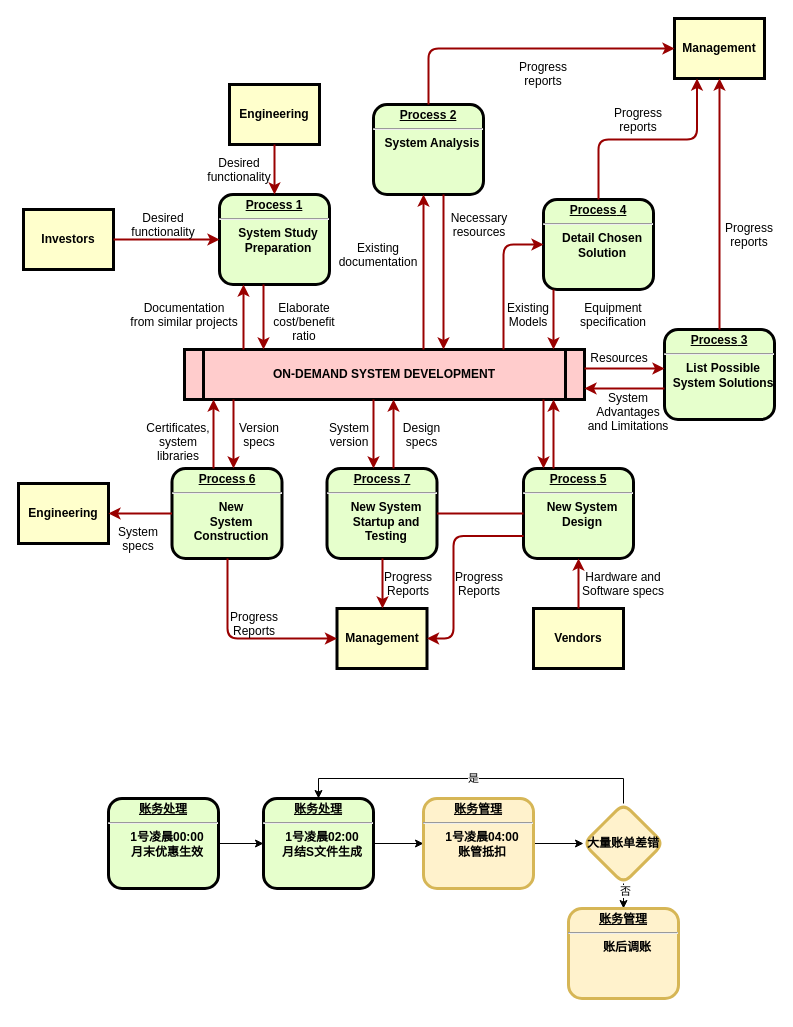
The draw.io diagram 重出账.drawio in 315944211/doc, before the edit. Source tidied: cells renumbered, new cells numbered last; positions are measured from the earlier drawing's top-left corner, leaving out a move shared by most shapes. Both pictures are drawn from the tidied source at 100%, with x=0, y=0 at pixel (18, 18).
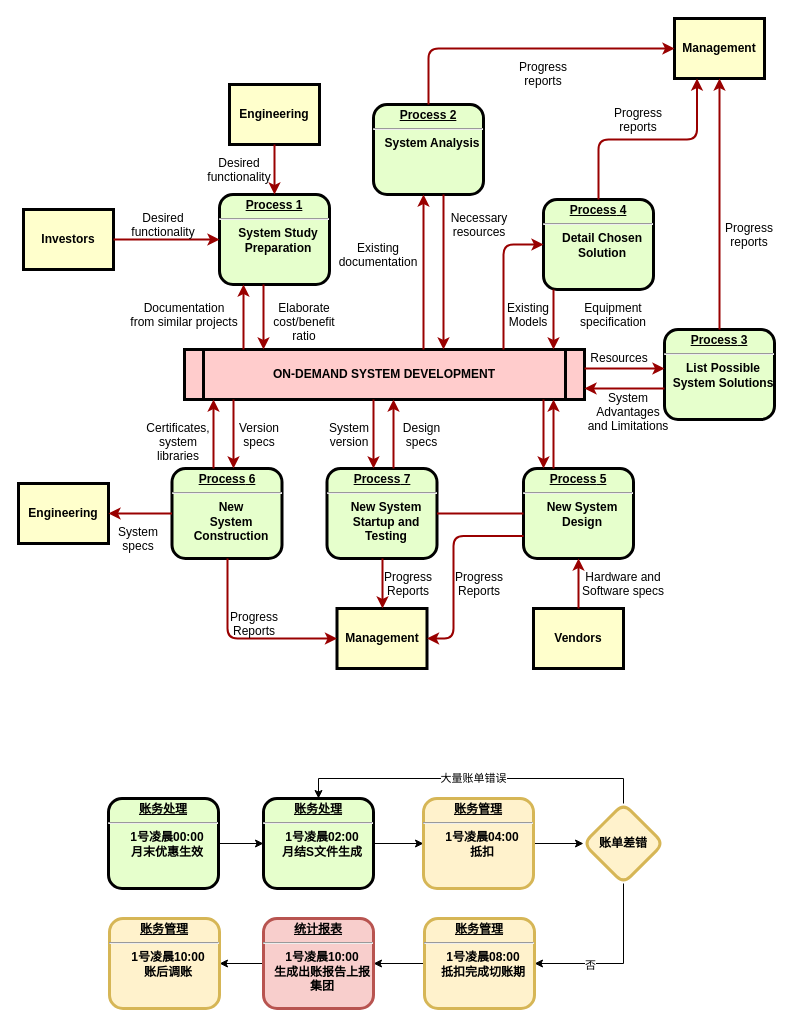
The same diagram, later.

Commit message:
更新重出账.drawio

Unchanged cells that the change refers to:
```xml
<mxCell id="66" value="&lt;p style=&quot;margin: 0px; margin-top: 4px; text-align: center; text-decoration: underline;&quot;&gt;账务处理&lt;/p&gt;&lt;hr&gt;&lt;p style=&quot;margin: 0px; margin-left: 8px;&quot;&gt;1号凌晨02:00&lt;/p&gt;&lt;p style=&quot;margin: 0px; margin-left: 8px;&quot;&gt;月结S文件生成&lt;/p&gt;" style="verticalAlign=middle;align=center;overflow=fill;fontSize=12;fontFamily=Helvetica;html=1;rounded=1;fontStyle=1;strokeWidth=3;fillColor=#E6FFCC;" parent="1" vertex="1">
  <mxGeometry x="245" y="780" width="110" height="90" as="geometry" />
</mxCell>
```

What changed in the source:
```diff
@@
-    <mxCell id="68" value="&lt;p style=&quot;margin: 0px; margin-top: 4px; text-align: center; text-decoration: underline;&quot;&gt;账务管理&lt;/p&gt;&lt;hr&gt;&lt;p style=&quot;margin: 0px; margin-left: 8px;&quot;&gt;1号凌晨04:00&lt;br&gt;账管抵扣&lt;/p&gt;" style="verticalAlign=middle;align=center;overflow=fill;fontSize=12;fontFamily=Helvetica;html=1;rounded=1;fontStyle=1;strokeWidth=3;fillColor=#fff2cc;strokeColor=#d6b656;" parent="1" vertex="1">
+    <mxCell id="68" value="&lt;p style=&quot;margin: 0px; margin-top: 4px; text-align: center; text-decoration: underline;&quot;&gt;账务管理&lt;/p&gt;&lt;hr&gt;&lt;p style=&quot;margin: 0px; margin-left: 8px;&quot;&gt;1号凌晨04:00&lt;br&gt;抵扣&lt;/p&gt;" style="verticalAlign=middle;align=center;overflow=fill;fontSize=12;fontFamily=Helvetica;html=1;rounded=1;fontStyle=1;strokeWidth=3;fillColor=#fff2cc;strokeColor=#d6b656;" parent="1" vertex="1">
       <mxGeometry x="405" y="780" width="110" height="90" as="geometry" />
     </mxCell>
-    <mxCell id="69" value="是" style="edgeStyle=orthogonalEdgeStyle;rounded=0;jettySize=auto;html=1;entryX=0.5;entryY=0;entryDx=0;entryDy=0;" parent="1" edge="1" source="72" target="66">
+    <mxCell id="69" value="大量账单错误" style="edgeStyle=orthogonalEdgeStyle;rounded=0;jettySize=auto;html=1;entryX=0.5;entryY=0;entryDx=0;entryDy=0;" parent="1" edge="1" source="72" target="66">
       <mxGeometry relative="1" as="geometry">
         <Array as="points">
           <mxPoint x="605" y="760" />
           <mxPoint x="300" y="760" />
         </Array>
       </mxGeometry>
     </mxCell>
-    <mxCell id="70" style="edgeStyle=orthogonalEdgeStyle;rounded=0;jettySize=auto;html=1;" parent="1" edge="1" source="72" target="73">
-      <mxGeometry relative="1" as="geometry" />
+    <mxCell id="70" style="edgeStyle=orthogonalEdgeStyle;rounded=0;jettySize=auto;html=1;entryX=1;entryY=0.5;entryDx=0;entryDy=0;" parent="1" edge="1" source="72" target="75">
+      <mxGeometry relative="1" as="geometry">
+        <Array as="points">
+          <mxPoint x="605" y="945" />
+        </Array>
+      </mxGeometry>
     </mxCell>
@@
-    <mxCell id="72" value="大量账单差错" style="rhombus;whiteSpace=wrap;html=1;fillColor=#fff2cc;strokeColor=#d6b656;rounded=1;fontStyle=1;strokeWidth=3;" parent="1" vertex="1">
+    <mxCell id="72" value="账单差错" style="rhombus;whiteSpace=wrap;html=1;fillColor=#fff2cc;strokeColor=#d6b656;rounded=1;fontStyle=1;strokeWidth=3;" parent="1" vertex="1">
       <mxGeometry x="565" y="785" width="80" height="80" as="geometry" />
     </mxCell>
-    <mxCell id="73" value="&lt;p style=&quot;margin: 0px; margin-top: 4px; text-align: center; text-decoration: underline;&quot;&gt;账务管理&lt;/p&gt;&lt;hr&gt;&lt;p style=&quot;margin: 0px; margin-left: 8px;&quot;&gt;账后调账&lt;/p&gt;" style="verticalAlign=middle;align=center;overflow=fill;fontSize=12;fontFamily=Helvetica;html=1;rounded=1;fontStyle=1;strokeWidth=3;fillColor=#fff2cc;strokeColor=#d6b656;" parent="1" vertex="1">
-      <mxGeometry x="550" y="890" width="110" height="90" as="geometry" />
-    </mxCell>
+    <mxCell id="74" style="edgeStyle=orthogonalEdgeStyle;rounded=0;jettySize=auto;html=1;" parent="1" edge="1" source="75" target="77">
+      <mxGeometry relative="1" as="geometry" />
+    </mxCell>
+    <mxCell id="75" value="&lt;p style=&quot;margin: 0px; margin-top: 4px; text-align: center; text-decoration: underline;&quot;&gt;账务管理&lt;/p&gt;&lt;hr&gt;&lt;p style=&quot;margin: 0px; margin-left: 8px;&quot;&gt;1号凌晨08:00&lt;br&gt;抵扣完成切账期&lt;/p&gt;" style="verticalAlign=middle;align=center;overflow=fill;fontSize=12;fontFamily=Helvetica;html=1;rounded=1;fontStyle=1;strokeWidth=3;fillColor=#fff2cc;strokeColor=#d6b656;" parent="1" vertex="1">
+      <mxGeometry x="406" y="900" width="110" height="90" as="geometry" />
+    </mxCell>
+    <mxCell id="76" style="edgeStyle=orthogonalEdgeStyle;rounded=0;jettySize=auto;html=1;" parent="1" edge="1" source="77" target="78">
+      <mxGeometry relative="1" as="geometry" />
+    </mxCell>
+    <mxCell id="77" value="&lt;p style=&quot;margin: 0px; margin-top: 4px; text-align: center; text-decoration: underline;&quot;&gt;统计报表&lt;/p&gt;&lt;hr&gt;&lt;p style=&quot;margin: 0px; margin-left: 8px;&quot;&gt;1号凌晨10:00&lt;br&gt;生成出账报告上报&lt;/p&gt;&lt;p style=&quot;margin: 0px; margin-left: 8px;&quot;&gt;集团&lt;/p&gt;" style="verticalAlign=middle;align=center;overflow=fill;fontSize=12;fontFamily=Helvetica;html=1;rounded=1;fontStyle=1;strokeWidth=3;fillColor=#f8cecc;strokeColor=#b85450;" parent="1" vertex="1">
+      <mxGeometry x="245" y="900" width="110" height="90" as="geometry" />
+    </mxCell>
+    <mxCell id="78" value="&lt;p style=&quot;margin: 0px; margin-top: 4px; text-align: center; text-decoration: underline;&quot;&gt;账务管理&lt;/p&gt;&lt;hr&gt;&lt;p style=&quot;margin: 0px; margin-left: 8px;&quot;&gt;1号凌晨10:00&lt;br&gt;账后调账&lt;/p&gt;" style="verticalAlign=middle;align=center;overflow=fill;fontSize=12;fontFamily=Helvetica;html=1;rounded=1;fontStyle=1;strokeWidth=3;fillColor=#fff2cc;strokeColor=#d6b656;" parent="1" vertex="1">
+      <mxGeometry x="91" y="900" width="110" height="90" as="geometry" />
+    </mxCell>
```
